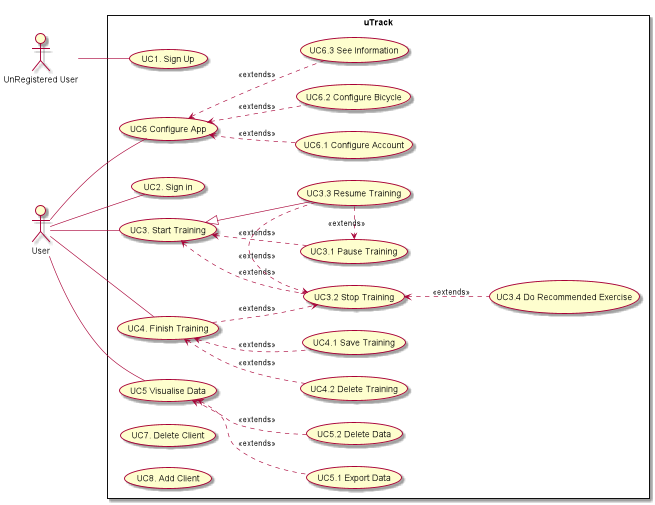
Earlier version of the PlantUML export UseCases_uTrack.png (DanielYesteLopez/uTrack).
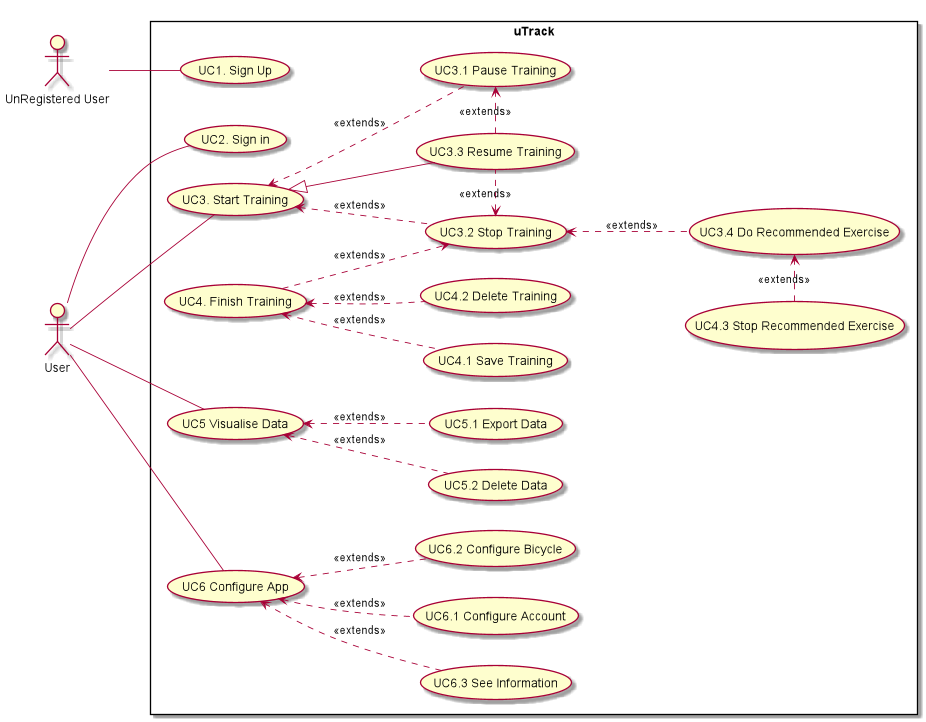
After the change.

What changed in the source:
```diff
@@ -14,6 +14,7 @@
 (UC4. Finish Training) as (FTraining)
 (UC4.1 Save Training) as (saveTraining)
 (UC4.2 Delete Training) as (deleteTraining)
+(UC4.3 Stop Recommended Exercise) as (STrainingRecomended)
 (UC5 Visualise Data) as (VData)
 (UC5.2 Delete Data) as (DData)
 (UC5.1 Export Data) as (EData)
@@ -21,29 +22,28 @@
 (UC6.2 Configure Bicycle) as (GBicycle)
 (UC6.3 See Information) as (SInformation)
 (UC6.1 Configure Account) as (GAccount)
-(UC7. Delete Client) as (DClient)
-(UC8. Add Client) as (AClient)
 }
 
 
 nrUser -- (SignUp)
 User -- (SignIn)
 User -- (ETraining)
-User -- FTraining
 User -- (VData)
 User -- (GApp)
 ETraining <.. STraining: <<extends>>
 ETraining <.. PTraining: <<extends>>
 ETraining <|-- RTraining
-RTraining .> PTraining: <<extends>>
-RTraining .> STraining: <<extends>>
+RTraining .right.> PTraining: <<extends>>
+RTraining .left.> STraining: <<extends>>
 FTraining ..> STraining: <<extends>>
 STraining <.. DTraining: <<extends>>
 FTraining <.. saveTraining: <<extends>>
 FTraining <.. deleteTraining: <<extends>>
+DTraining <.left. STrainingRecomended: <<extends>>
 VData <.. DData: <<extends>>
 VData <.. EData: <<extends>>
 GApp <.. GAccount: <<extends>>
 GApp <.. GBicycle: <<extends>>
 GApp <.. SInformation: <<extends>>
+
 @enduml
```
